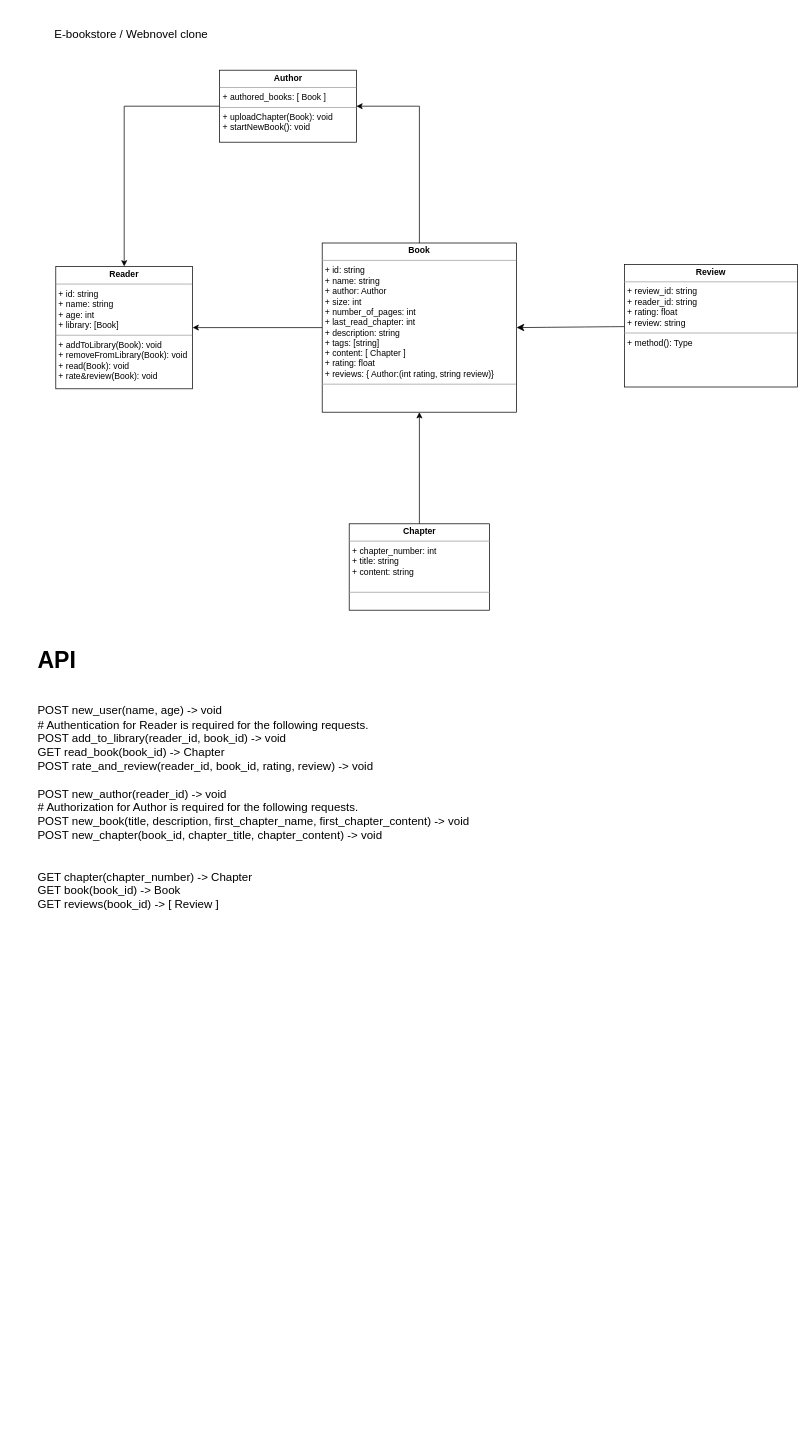
The draw.io diagram E-Bookstore_UML_Diagram.drawio in Amogh-Nivaskar/E-Bookstore, before the edit. Source tidied: cells renumbered, new cells numbered last; positions are measured from the earlier drawing's top-left corner, leaving out a move shared by most shapes. Both pictures are drawn from the tidied source at 72%, with x=0, y=0 at pixel (34, 12).
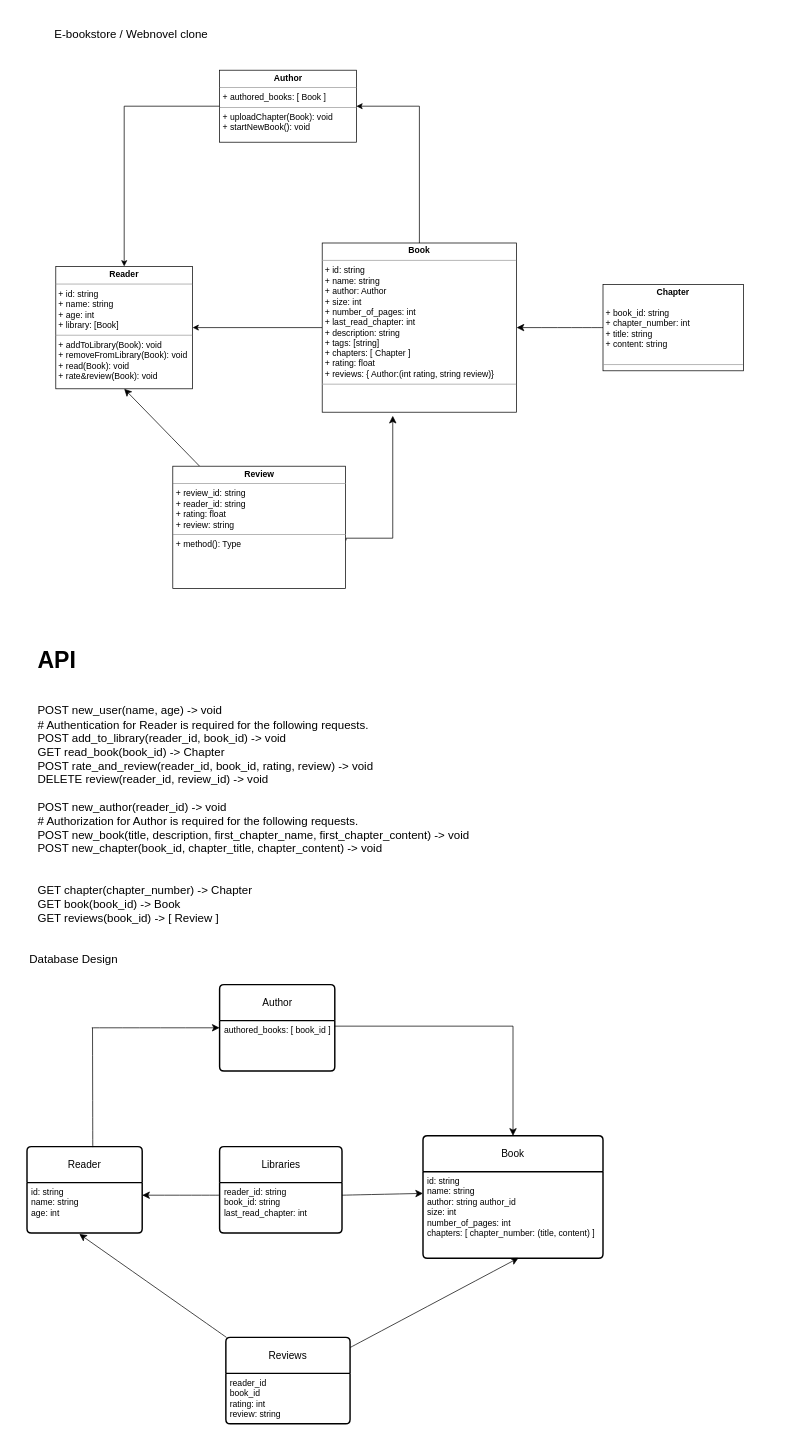
After the change.

Commit message:
database design

The change refers to these unchanged cells:
```xml
<mxCell id="2" value="&lt;p style=&quot;margin:0px;margin-top:4px;text-align:center;&quot;&gt;&lt;b&gt;Reader&lt;/b&gt;&lt;/p&gt;&lt;hr size=&quot;1&quot;&gt;&lt;p style=&quot;margin:0px;margin-left:4px;&quot;&gt;+ id: string&lt;/p&gt;&lt;p style=&quot;margin:0px;margin-left:4px;&quot;&gt;+ name: string&lt;/p&gt;&lt;p style=&quot;margin:0px;margin-left:4px;&quot;&gt;+ age: int&lt;/p&gt;&lt;p style=&quot;margin:0px;margin-left:4px;&quot;&gt;+ library: [Book]&lt;/p&gt;&lt;hr size=&quot;1&quot;&gt;&lt;p style=&quot;margin:0px;margin-left:4px;&quot;&gt;+ addToLibrary(Book): void&lt;/p&gt;&lt;p style=&quot;margin:0px;margin-left:4px;&quot;&gt;+ removeFromLibrary(Book): void&lt;/p&gt;&lt;p style=&quot;margin:0px;margin-left:4px;&quot;&gt;+ read(Book): void&lt;/p&gt;&lt;p style=&quot;margin:0px;margin-left:4px;&quot;&gt;+ rate&amp;amp;review(Book): void&lt;/p&gt;" style="verticalAlign=top;align=left;overflow=fill;fontSize=12;fontFamily=Helvetica;html=1;whiteSpace=wrap;" parent="1" vertex="1">
  <mxGeometry x="30" y="352.5" width="190" height="170" as="geometry" />
</mxCell>
```

Diff of the diagram source:
```diff
@@
+    <mxCell id="14" style="edgeStyle=none;curved=1;rounded=0;jettySize=auto;html=1;fontSize=12;startSize=8;endSize=8;" parent="1" edge="1" source="18" target="17">
+      <mxGeometry relative="1" as="geometry" />
+    </mxCell>
+    <mxCell id="15" style="edgeStyle=none;curved=1;rounded=0;jettySize=auto;html=1;fontSize=12;startSize=8;endSize=8;" parent="1" edge="1" source="22" target="21">
+      <mxGeometry relative="1" as="geometry" />
+    </mxCell>
@@
-    <mxCell id="5" value="&lt;p style=&quot;margin:0px;margin-top:4px;text-align:center;&quot;&gt;&lt;b&gt;Book&lt;/b&gt;&lt;/p&gt;&lt;hr size=&quot;1&quot;&gt;&lt;p style=&quot;margin:0px;margin-left:4px;&quot;&gt;+ id: string&lt;/p&gt;&lt;p style=&quot;margin:0px;margin-left:4px;&quot;&gt;+ name: string&lt;/p&gt;&lt;p style=&quot;margin:0px;margin-left:4px;&quot;&gt;+ author: Author&lt;/p&gt;&lt;p style=&quot;margin:0px;margin-left:4px;&quot;&gt;+ size: int&lt;/p&gt;&lt;p style=&quot;margin:0px;margin-left:4px;&quot;&gt;+ number_of_pages: int&lt;/p&gt;&lt;p style=&quot;margin:0px;margin-left:4px;&quot;&gt;+ last_read_chapter: int&lt;/p&gt;&lt;p style=&quot;margin:0px;margin-left:4px;&quot;&gt;+ description: string&lt;/p&gt;&lt;p style=&quot;margin:0px;margin-left:4px;&quot;&gt;+ tags: [string]&lt;/p&gt;&lt;p style=&quot;margin:0px;margin-left:4px;&quot;&gt;+ content: [ Chapter ]&lt;/p&gt;&lt;p style=&quot;margin:0px;margin-left:4px;&quot;&gt;+ rating: float&lt;/p&gt;&lt;p style=&quot;margin:0px;margin-left:4px;&quot;&gt;+ reviews: { Author:(int rating, string review)}&lt;/p&gt;&lt;hr size=&quot;1&quot;&gt;&lt;p style=&quot;margin:0px;margin-left:4px;&quot;&gt;&lt;br&gt;&lt;/p&gt;" style="verticalAlign=top;align=left;overflow=fill;fontSize=12;fontFamily=Helvetica;html=1;whiteSpace=wrap;" parent="1" vertex="1">
+    <mxCell id="5" value="&lt;p style=&quot;margin:0px;margin-top:4px;text-align:center;&quot;&gt;&lt;b&gt;Book&lt;/b&gt;&lt;/p&gt;&lt;hr size=&quot;1&quot;&gt;&lt;p style=&quot;margin:0px;margin-left:4px;&quot;&gt;+ id: string&lt;/p&gt;&lt;p style=&quot;margin:0px;margin-left:4px;&quot;&gt;+ name: string&lt;/p&gt;&lt;p style=&quot;margin:0px;margin-left:4px;&quot;&gt;+ author: Author&lt;/p&gt;&lt;p style=&quot;margin:0px;margin-left:4px;&quot;&gt;+ size: int&lt;/p&gt;&lt;p style=&quot;margin:0px;margin-left:4px;&quot;&gt;+ number_of_pages: int&lt;/p&gt;&lt;p style=&quot;margin:0px;margin-left:4px;&quot;&gt;+ last_read_chapter: int&lt;/p&gt;&lt;p style=&quot;margin:0px;margin-left:4px;&quot;&gt;+ description: string&lt;/p&gt;&lt;p style=&quot;margin:0px;margin-left:4px;&quot;&gt;+ tags: [string]&lt;/p&gt;&lt;p style=&quot;margin:0px;margin-left:4px;&quot;&gt;+ chapters: [ Chapter ]&lt;/p&gt;&lt;p style=&quot;margin:0px;margin-left:4px;&quot;&gt;+ rating: float&lt;/p&gt;&lt;p style=&quot;margin:0px;margin-left:4px;&quot;&gt;+ reviews: { Author:(int rating, string review)}&lt;/p&gt;&lt;hr size=&quot;1&quot;&gt;&lt;p style=&quot;margin:0px;margin-left:4px;&quot;&gt;&lt;br&gt;&lt;/p&gt;" style="verticalAlign=top;align=left;overflow=fill;fontSize=12;fontFamily=Helvetica;html=1;whiteSpace=wrap;" parent="1" vertex="1">
       <mxGeometry x="400" y="320" width="270" height="235" as="geometry" />
     </mxCell>
-    <mxCell id="6" style="edgeStyle=orthogonalEdgeStyle;rounded=0;jettySize=auto;html=1;entryX=0.5;entryY=1;entryDx=0;entryDy=0;" parent="1" edge="1" source="7" target="5">
+    <mxCell id="6" style="edgeStyle=none;curved=1;rounded=0;jettySize=auto;html=1;fontSize=12;startSize=8;endSize=8;" parent="1" edge="1" source="7" target="5">
       <mxGeometry relative="1" as="geometry" />
     </mxCell>
-    <mxCell id="7" value="&lt;p style=&quot;margin:0px;margin-top:4px;text-align:center;&quot;&gt;&lt;b&gt;Chapter&lt;/b&gt;&lt;/p&gt;&lt;hr size=&quot;1&quot;&gt;&lt;p style=&quot;margin:0px;margin-left:4px;&quot;&gt;+ chapter_number: int&lt;/p&gt;&lt;p style=&quot;margin:0px;margin-left:4px;&quot;&gt;+ title: string&lt;/p&gt;&lt;p style=&quot;margin:0px;margin-left:4px;&quot;&gt;+ content: string&lt;/p&gt;&lt;p style=&quot;margin:0px;margin-left:4px;&quot;&gt;&lt;br&gt;&lt;/p&gt;&lt;hr size=&quot;1&quot;&gt;&lt;p style=&quot;margin:0px;margin-left:4px;&quot;&gt;&lt;br&gt;&lt;/p&gt;" style="verticalAlign=top;align=left;overflow=fill;fontSize=12;fontFamily=Helvetica;html=1;whiteSpace=wrap;" parent="1" vertex="1">
-      <mxGeometry x="437.5" y="710" width="195" height="120" as="geometry" />
+    <mxCell id="7" value="&lt;p style=&quot;margin:0px;margin-top:4px;text-align:center;&quot;&gt;&lt;b&gt;Chapter&lt;/b&gt;&lt;/p&gt;&lt;br&gt;&lt;p style=&quot;margin:0px;margin-left:4px;&quot;&gt;+ book_id: string&lt;/p&gt;&lt;p style=&quot;margin:0px;margin-left:4px;&quot;&gt;+ chapter_number: int&lt;/p&gt;&lt;p style=&quot;margin:0px;margin-left:4px;&quot;&gt;+ title: string&lt;/p&gt;&lt;p style=&quot;margin:0px;margin-left:4px;&quot;&gt;+ content: string&lt;/p&gt;&lt;p style=&quot;margin:0px;margin-left:4px;&quot;&gt;&lt;br&gt;&lt;/p&gt;&lt;hr size=&quot;1&quot;&gt;&lt;p style=&quot;margin:0px;margin-left:4px;&quot;&gt;&lt;br&gt;&lt;/p&gt;" style="verticalAlign=top;align=left;overflow=fill;fontSize=12;fontFamily=Helvetica;html=1;whiteSpace=wrap;" parent="1" vertex="1">
+      <mxGeometry x="790" y="377.5" width="195" height="120" as="geometry" />
     </mxCell>
@@
-    <mxCell id="11" value="&lt;h1&gt;API&lt;/h1&gt;&lt;div&gt;&lt;br&gt;&lt;/div&gt;&lt;div&gt;&lt;div&gt;POST new_user(name, age) -&amp;gt; void&lt;/div&gt;&lt;/div&gt;&lt;div&gt;# Authentication for Reader is required for the following requests.&lt;/div&gt;&lt;div&gt;&lt;span style=&quot;background-color: initial;&quot;&gt;POST add_to_library(reader_id, book_id) -&amp;gt; void&lt;/span&gt;&lt;br&gt;&lt;/div&gt;&lt;div&gt;GET read_book(book_id) -&amp;gt; Chapter&lt;/div&gt;&lt;div&gt;POST rate_and_review(reader_id, book_id, rating, review) -&amp;gt; void&lt;/div&gt;&lt;div&gt;&lt;br&gt;&lt;/div&gt;&lt;div&gt;&lt;div&gt;POST new_author(reader_id) -&amp;gt; void&lt;/div&gt;&lt;/div&gt;&lt;div&gt;# Authorization for Author is required for the following requests.&lt;/div&gt;&lt;div&gt;&lt;span style=&quot;background-color: initial;&quot;&gt;POST new_book(title, description, first_chapter_name, first_chapter_content) -&amp;gt; void&lt;/span&gt;&lt;br&gt;&lt;/div&gt;&lt;div&gt;POST new_chapter(book_id, chapter_title, chapter_content) -&amp;gt; void&lt;/div&gt;&lt;div&gt;&lt;br&gt;&lt;/div&gt;&lt;div&gt;&lt;br&gt;&lt;/div&gt;&lt;div&gt;GET chapter(chapter_number) -&amp;gt; Chapter&lt;/div&gt;&lt;div&gt;GET book(book_id) -&amp;gt; Book&lt;/div&gt;&lt;div&gt;GET reviews(book_id) -&amp;gt; [ Review ]&lt;/div&gt;&lt;div&gt;&lt;br&gt;&lt;/div&gt;&lt;div&gt;&lt;br&gt;&lt;/div&gt;&lt;div&gt;&lt;br&gt;&lt;/div&gt;&lt;div&gt;&lt;br&gt;&lt;/div&gt;&lt;div&gt;&lt;br&gt;&lt;/div&gt;&lt;div&gt;&lt;br&gt;&lt;/div&gt;&lt;div&gt;&lt;br&gt;&lt;/div&gt;&lt;div&gt;&lt;br&gt;&lt;/div&gt;&lt;div&gt;&lt;br&gt;&lt;/div&gt;&lt;div&gt;&lt;br&gt;&lt;/div&gt;&lt;div&gt;&lt;br&gt;&lt;/div&gt;" style="text;html=1;strokeColor=none;fillColor=none;spacing=5;spacingTop=-20;whiteSpace=wrap;overflow=hidden;rounded=0;fontSize=16;" parent="1" vertex="1">
+    <mxCell id="11" value="&lt;h1&gt;API&lt;/h1&gt;&lt;div&gt;&lt;br&gt;&lt;/div&gt;&lt;div&gt;&lt;div&gt;POST new_user(name, age) -&amp;gt; void&lt;/div&gt;&lt;/div&gt;&lt;div&gt;# Authentication for Reader is required for the following requests.&lt;/div&gt;&lt;div&gt;&lt;span style=&quot;background-color: initial;&quot;&gt;POST add_to_library(reader_id, book_id) -&amp;gt; void&lt;/span&gt;&lt;br&gt;&lt;/div&gt;&lt;div&gt;GET read_book(book_id) -&amp;gt; Chapter&lt;/div&gt;&lt;div&gt;POST rate_and_review(reader_id, book_id, rating, review) -&amp;gt; void&lt;/div&gt;&lt;div&gt;DELETE review(reader_id, review_id) -&amp;gt; void&lt;/div&gt;&lt;div&gt;&lt;br&gt;&lt;/div&gt;&lt;div&gt;&lt;div&gt;POST new_author(reader_id) -&amp;gt; void&lt;/div&gt;&lt;/div&gt;&lt;div&gt;# Authorization for Author is required for the following requests.&lt;/div&gt;&lt;div&gt;&lt;span style=&quot;background-color: initial;&quot;&gt;POST new_book(title, description, first_chapter_name, first_chapter_content) -&amp;gt; void&lt;/span&gt;&lt;br&gt;&lt;/div&gt;&lt;div&gt;POST new_chapter(book_id, chapter_title, chapter_content) -&amp;gt; void&lt;/div&gt;&lt;div&gt;&lt;br&gt;&lt;/div&gt;&lt;div&gt;&lt;br&gt;&lt;/div&gt;&lt;div&gt;GET chapter(chapter_number) -&amp;gt; Chapter&lt;/div&gt;&lt;div&gt;GET book(book_id) -&amp;gt; Book&lt;/div&gt;&lt;div&gt;GET reviews(book_id) -&amp;gt; [ Review ]&lt;/div&gt;&lt;div&gt;&lt;br&gt;&lt;/div&gt;&lt;div&gt;&lt;br&gt;&lt;/div&gt;&lt;div&gt;&lt;br&gt;&lt;/div&gt;&lt;div&gt;&lt;br&gt;&lt;/div&gt;&lt;div&gt;&lt;br&gt;&lt;/div&gt;&lt;div&gt;&lt;br&gt;&lt;/div&gt;&lt;div&gt;&lt;br&gt;&lt;/div&gt;&lt;div&gt;&lt;br&gt;&lt;/div&gt;&lt;div&gt;&lt;br&gt;&lt;/div&gt;&lt;div&gt;&lt;br&gt;&lt;/div&gt;&lt;div&gt;&lt;br&gt;&lt;/div&gt;" style="text;html=1;strokeColor=none;fillColor=none;spacing=5;spacingTop=-20;whiteSpace=wrap;overflow=hidden;rounded=0;fontSize=16;" parent="1" vertex="1">
       <mxGeometry y="870" width="770" height="510" as="geometry" />
     </mxCell>
-    <mxCell id="12" style="edgeStyle=none;curved=1;rounded=0;jettySize=auto;html=1;entryX=1;entryY=0.5;entryDx=0;entryDy=0;fontSize=12;startSize=8;endSize=8;" parent="1" edge="1" source="13" target="5">
-      <mxGeometry relative="1" as="geometry" />
-    </mxCell>
+    <mxCell id="16" style="edgeStyle=none;curved=1;rounded=0;jettySize=auto;html=1;entryX=0.5;entryY=1;entryDx=0;entryDy=0;fontSize=12;startSize=8;endSize=8;" parent="1" edge="1" source="13" target="2">
+      <mxGeometry relative="1" as="geometry" />
+    </mxCell>
     <mxCell id="13" value="&lt;p style=&quot;margin:0px;margin-top:4px;text-align:center;&quot;&gt;&lt;b&gt;Review&lt;/b&gt;&lt;/p&gt;&lt;hr size=&quot;1&quot;&gt;&lt;p style=&quot;margin:0px;margin-left:4px;&quot;&gt;+ review_id: string&lt;/p&gt;&lt;p style=&quot;margin:0px;margin-left:4px;&quot;&gt;+ reader_id: string&lt;/p&gt;&lt;p style=&quot;margin:0px;margin-left:4px;&quot;&gt;+ rating: float&lt;/p&gt;&lt;p style=&quot;margin:0px;margin-left:4px;&quot;&gt;+ review: string&lt;/p&gt;&lt;hr size=&quot;1&quot;&gt;&lt;p style=&quot;margin:0px;margin-left:4px;&quot;&gt;+ method(): Type&lt;/p&gt;" style="verticalAlign=top;align=left;overflow=fill;fontSize=12;fontFamily=Helvetica;html=1;whiteSpace=wrap;" parent="1" vertex="1">
-      <mxGeometry x="820" y="350" width="240" height="170" as="geometry" />
+      <mxGeometry x="192.5" y="630" width="240" height="170" as="geometry" />
     </mxCell>
+    <mxCell id="17" value="Reader" style="swimlane;horizontal=1;startSize=50;rounded=1;fontSize=14;fontStyle=0;strokeWidth=2;shadow=0;dashed=0;align=center;arcSize=4;whiteSpace=wrap;html=1;" parent="1" vertex="1">
+      <mxGeometry x="-10" y="1575" width="160" height="120" as="geometry" />
+    </mxCell>
+    <mxCell id="18" value="id: string&lt;br&gt;name: string&lt;br&gt;age: int&lt;br&gt;" style="align=left;strokeColor=none;fillColor=none;spacingLeft=4;fontSize=12;verticalAlign=top;html=1;" parent="17" vertex="1">
+      <mxGeometry y="50" width="160" height="70" as="geometry" />
+    </mxCell>
+    <mxCell id="19" style="edgeStyle=none;curved=1;rounded=0;orthogonalLoop=1;jettySize=auto;html=1;exitX=0.75;exitY=0;exitDx=0;exitDy=0;fontSize=12;startSize=8;endSize=8;" parent="17" edge="1" source="18" target="18">
+      <mxGeometry relative="1" as="geometry" />
+    </mxCell>
+    <mxCell id="20" value="Database Design" style="text;html=1;strokeColor=none;fillColor=none;align=center;verticalAlign=middle;whiteSpace=wrap;rounded=0;fontSize=16;" parent="1" vertex="1">
+      <mxGeometry x="-30" y="1300" width="170" height="30" as="geometry" />
+    </mxCell>
+    <mxCell id="21" value="Book" style="swimlane;horizontal=1;startSize=50;rounded=1;fontSize=14;fontStyle=0;strokeWidth=2;shadow=0;dashed=0;align=center;arcSize=4;whiteSpace=wrap;html=1;" parent="1" vertex="1">
+      <mxGeometry x="540" y="1560" width="250" height="170" as="geometry" />
+    </mxCell>
+    <mxCell id="22" value="id: string&lt;br&gt;name: string&lt;br&gt;author: string author_id&lt;br&gt;size: int&lt;br&gt;number_of_pages: int&lt;br&gt;chapters: [ chapter_number: (title, content) ]" style="align=left;strokeColor=none;fillColor=none;spacingLeft=4;fontSize=12;verticalAlign=top;html=1;" parent="21" vertex="1">
+      <mxGeometry y="50" width="250" height="120" as="geometry" />
+    </mxCell>
+    <mxCell id="23" value="Libraries" style="swimlane;horizontal=1;startSize=50;rounded=1;fontSize=14;fontStyle=0;strokeWidth=2;shadow=0;dashed=0;align=center;arcSize=4;whiteSpace=wrap;html=1;" parent="1" vertex="1">
+      <mxGeometry x="257.5" y="1575" width="170" height="120" as="geometry" />
+    </mxCell>
+    <mxCell id="24" value="reader_id: string&lt;br&gt;book_id: string&lt;br&gt;last_read_chapter: int" style="align=left;strokeColor=none;fillColor=none;spacingLeft=4;fontSize=12;verticalAlign=top;html=1;" parent="23" vertex="1">
+      <mxGeometry y="50" width="170" height="70" as="geometry" />
+    </mxCell>
+    <mxCell id="25" style="endArrow=classic;html=1;rounded=0;fontSize=12;startSize=8;endSize=8;curved=1;exitX=1;exitY=0.25;exitDx=0;exitDy=0;entryX=0;entryY=0.25;entryDx=0;entryDy=0;" parent="1" edge="1" source="24" target="22">
+      <mxGeometry relative="1" as="geometry" />
+    </mxCell>
+    <mxCell id="26" style="endArrow=classic;html=1;rounded=0;fontSize=12;startSize=8;endSize=8;curved=1;exitX=0;exitY=0.25;exitDx=0;exitDy=0;entryX=1;entryY=0.25;entryDx=0;entryDy=0;" parent="1" edge="1" source="24" target="18">
+      <mxGeometry relative="1" as="geometry" />
+    </mxCell>
+    <mxCell id="27" style="edgeStyle=none;curved=1;rounded=0;jettySize=auto;html=1;entryX=0.531;entryY=0.997;entryDx=0;entryDy=0;entryPerimeter=0;fontSize=12;startSize=8;endSize=8;" parent="1" edge="1" source="29" target="22">
+      <mxGeometry relative="1" as="geometry" />
+    </mxCell>
+    <mxCell id="28" style="edgeStyle=none;curved=1;rounded=0;jettySize=auto;html=1;entryX=0.454;entryY=1.019;entryDx=0;entryDy=0;entryPerimeter=0;fontSize=12;startSize=8;endSize=8;" parent="1" edge="1" source="29" target="18">
+      <mxGeometry relative="1" as="geometry" />
+    </mxCell>
+    <mxCell id="29" value="Reviews" style="swimlane;horizontal=1;startSize=50;rounded=1;fontSize=14;fontStyle=0;strokeWidth=2;shadow=0;dashed=0;align=center;arcSize=4;whiteSpace=wrap;html=1;" parent="1" vertex="1">
+      <mxGeometry x="266.2" y="1840" width="172.5" height="120" as="geometry" />
+    </mxCell>
+    <mxCell id="30" value="reader_id&lt;br&gt;book_id&lt;br&gt;rating: int&lt;br&gt;review: string" style="align=left;strokeColor=none;fillColor=none;spacingLeft=4;fontSize=12;verticalAlign=top;html=1;" parent="29" vertex="1">
+      <mxGeometry y="50" width="172.5" height="70" as="geometry" />
+    </mxCell>
+    <mxCell id="31" value="Author" style="swimlane;horizontal=1;startSize=50;rounded=1;fontSize=14;fontStyle=0;strokeWidth=2;shadow=0;dashed=0;align=center;arcSize=4;whiteSpace=wrap;html=1;" parent="1" vertex="1">
+      <mxGeometry x="257.5" y="1350" width="160" height="120" as="geometry" />
+    </mxCell>
+    <mxCell id="32" value="authored_books: [ book_id ]" style="align=left;strokeColor=none;fillColor=none;spacingLeft=4;fontSize=12;verticalAlign=top;html=1;" parent="31" vertex="1">
+      <mxGeometry y="50" width="160" height="70" as="geometry" />
+    </mxCell>
+    <mxCell id="33" style="edgeStyle=segmentEdgeStyle;endArrow=classic;html=1;curved=0;rounded=0;endSize=8;startSize=8;fontSize=12;exitX=0.996;exitY=0.11;exitDx=0;exitDy=0;exitPerimeter=0;entryX=0.5;entryY=0;entryDx=0;entryDy=0;" parent="1" edge="1" source="32" target="21">
+      <mxGeometry relative="1" as="geometry" />
+    </mxCell>
+    <mxCell id="34" style="endArrow=classic;html=1;rounded=0;fontSize=12;startSize=8;endSize=8;curved=1;entryX=0;entryY=0.5;entryDx=0;entryDy=0;" parent="1" edge="1" target="31">
+      <mxGeometry relative="1" as="geometry">
+        <mxPoint x="80" y="1410" as="sourcePoint" />
+      </mxGeometry>
+    </mxCell>
+    <mxCell id="35" style="endArrow=none;html=1;rounded=0;fontSize=12;startSize=8;endSize=8;curved=1;exitX=0.571;exitY=0.006;exitDx=0;exitDy=0;exitPerimeter=0;" parent="1" edge="1" source="17">
+      <mxGeometry relative="1" as="geometry">
+        <mxPoint x="81" y="1410" as="targetPoint" />
+      </mxGeometry>
+    </mxCell>
+    <mxCell id="36" style="edgeStyle=segmentEdgeStyle;endArrow=classic;html=1;curved=0;rounded=0;endSize=8;startSize=8;fontSize=12;exitX=1.003;exitY=0.606;exitDx=0;exitDy=0;exitPerimeter=0;" parent="1" edge="1" source="13">
+      <mxGeometry relative="1" as="geometry">
+        <mxPoint x="498" y="560" as="targetPoint" />
+        <Array as="points">
+          <mxPoint x="433" y="730" />
+          <mxPoint x="498" y="730" />
+        </Array>
+      </mxGeometry>
+    </mxCell>
```
